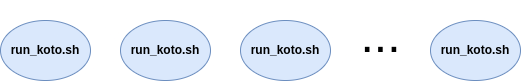
The draw.io diagram figures/KOTO-Workflow.png in pegasus-isi/koto-pegasus, before a commit. Source tidied: cells renumbered, new cells last; positions are measured from the earlier drawing's top-left corner, leaving out a move shared by most shapes. Source of this version:
```xml
<mxGraphModel>
  <root>
    <mxCell id="0" />
    <mxCell id="1" parent="0" />
    <mxCell id="2" value="&lt;b&gt;run_koto.sh&lt;/b&gt;" style="ellipse;whiteSpace=wrap;html=1;fillColor=#dae8fc;strokeColor=#6c8ebf;" parent="1" vertex="1">
      <mxGeometry y="20" width="90" height="60" as="geometry" />
    </mxCell>
    <mxCell id="3" value="&lt;b&gt;run_koto.sh&lt;/b&gt;" style="ellipse;whiteSpace=wrap;html=1;fillColor=#dae8fc;strokeColor=#6c8ebf;" parent="1" vertex="1">
      <mxGeometry x="120" y="20" width="90" height="60" as="geometry" />
    </mxCell>
    <mxCell id="4" value="&lt;b&gt;run_koto.sh&lt;/b&gt;" style="ellipse;whiteSpace=wrap;html=1;fillColor=#dae8fc;strokeColor=#6c8ebf;" parent="1" vertex="1">
      <mxGeometry x="240" y="20" width="90" height="60" as="geometry" />
    </mxCell>
    <mxCell id="5" value="&lt;b&gt;run_koto.sh&lt;/b&gt;" style="ellipse;whiteSpace=wrap;html=1;fillColor=#dae8fc;strokeColor=#6c8ebf;" parent="1" vertex="1">
      <mxGeometry x="430" y="20" width="90" height="60" as="geometry" />
    </mxCell>
    <mxCell id="6" value="&lt;font style=&quot;font-size: 48px;&quot;&gt;...&lt;/font&gt;" style="text;html=1;align=center;verticalAlign=middle;strokeColor=none;fillColor=none;" parent="1" vertex="1">
      <mxGeometry x="350" width="60" height="70" as="geometry" />
    </mxCell>
  </root>
</mxGraphModel>
```
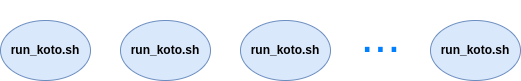
After the change.

Diff of the diagram source:
```diff
@@ -14,7 +14,7 @@
     <mxCell id="5" value="&lt;b&gt;run_koto.sh&lt;/b&gt;" style="ellipse;whiteSpace=wrap;html=1;fillColor=#dae8fc;strokeColor=#6c8ebf;" parent="1" vertex="1">
       <mxGeometry x="430" y="20" width="90" height="60" as="geometry" />
     </mxCell>
-    <mxCell id="6" value="&lt;font style=&quot;font-size: 48px;&quot;&gt;...&lt;/font&gt;" style="text;html=1;align=center;verticalAlign=middle;strokeColor=none;fillColor=none;" parent="1" vertex="1">
+    <mxCell id="6" value="&lt;font color=&quot;#007fff&quot; style=&quot;font-size: 48px;&quot;&gt;...&lt;/font&gt;" style="text;html=1;align=center;verticalAlign=middle;strokeColor=none;fillColor=none;" parent="1" vertex="1">
       <mxGeometry x="350" width="60" height="70" as="geometry" />
     </mxCell>
   </root>
```
